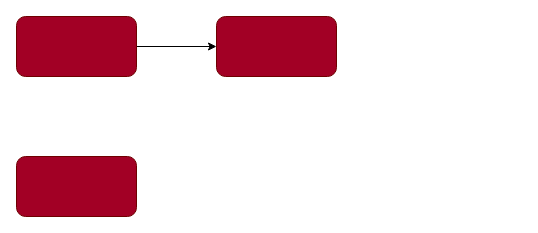
Before: sketch.drawio in devolthq/devolt, a draw.io diagram. Source tidied: cells renumbered, new cells numbered last; positions are measured from the earlier drawing's top-left corner, leaving out a move shared by most shapes. Both pictures are drawn from the tidied source at 100%, with x=0, y=0 at pixel (16, 16).
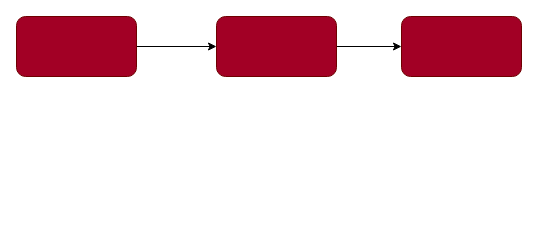
The same page after the edit.

What changed in the source:
```diff
@@
 <mxGraphModel>
   <root>
     <mxCell id="0" />
     <mxCell id="1" parent="0" />
     <mxCell id="2" style="edgeStyle=none;html=1;entryX=0;entryY=0.5;entryDx=0;entryDy=0;" parent="1" edge="1" source="3" target="5">
       <mxGeometry relative="1" as="geometry" />
     </mxCell>
     <mxCell id="3" style="rounded=1;whiteSpace=wrap;html=1;fillColor=#a20025;fontColor=#ffffff;strokeColor=#6F0000;" parent="1" vertex="1">
       <mxGeometry width="120" height="60" as="geometry" />
     </mxCell>
     <mxCell id="4" style="rounded=1;whiteSpace=wrap;html=1;fillColor=#a20025;fontColor=#ffffff;strokeColor=#6F0000;" parent="1" vertex="1">
-      <mxGeometry y="140" width="120" height="60" as="geometry" />
+      <mxGeometry x="385" width="120" height="60" as="geometry" />
     </mxCell>
+    <mxCell id="6" style="edgeStyle=none;html=1;entryX=0;entryY=0.5;entryDx=0;entryDy=0;" parent="1" edge="1" source="5" target="4">
+      <mxGeometry relative="1" as="geometry" />
+    </mxCell>
     <mxCell id="5" style="rounded=1;whiteSpace=wrap;html=1;fillColor=#a20025;fontColor=#ffffff;strokeColor=#6F0000;" parent="1" vertex="1">
       <mxGeometry x="200" width="120" height="60" as="geometry" />
     </mxCell>
   </root>
 </mxGraphModel>
```
